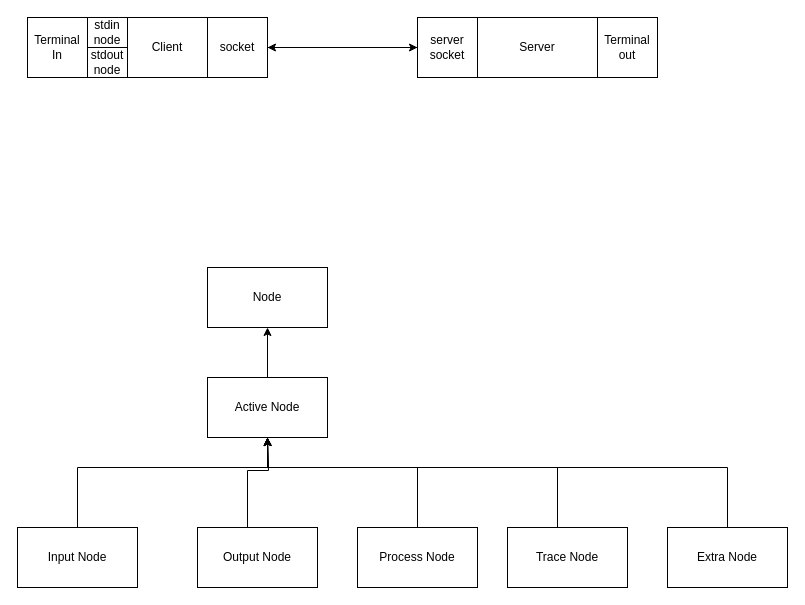
Before: XFlow.drawio in codethestudent/XFlow-Team-Project, a draw.io diagram. Source tidied: cells renumbered, new cells numbered last; positions are measured from the earlier drawing's top-left corner, leaving out a move shared by most shapes. Both pictures are drawn from the tidied source at 100%, with x=0, y=0 at pixel (17, 17).
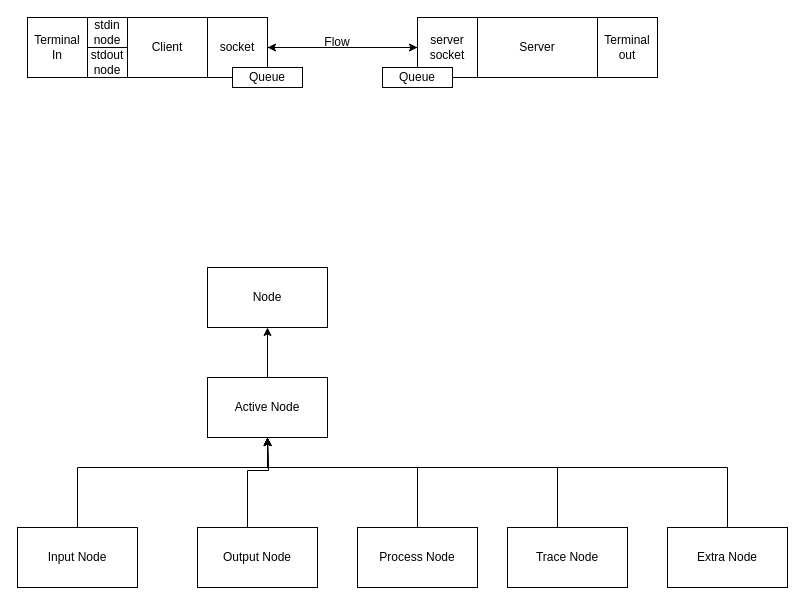
The same diagram, later.

Change to the diagram source:
```diff
@@
+    <mxCell id="25" value="Flow" style="text;html=1;strokeColor=none;fillColor=none;align=center;verticalAlign=middle;whiteSpace=wrap;rounded=0;" parent="1" vertex="1">
+      <mxGeometry x="290" y="20" width="60" height="10" as="geometry" />
+    </mxCell>
+    <mxCell id="26" value="Queue" style="rounded=0;whiteSpace=wrap;html=1;" parent="1" vertex="1">
+      <mxGeometry x="215" y="50" width="70" height="20" as="geometry" />
+    </mxCell>
+    <mxCell id="27" value="Queue" style="rounded=0;whiteSpace=wrap;html=1;" parent="1" vertex="1">
+      <mxGeometry x="365" y="50" width="70" height="20" as="geometry" />
+    </mxCell>
```
